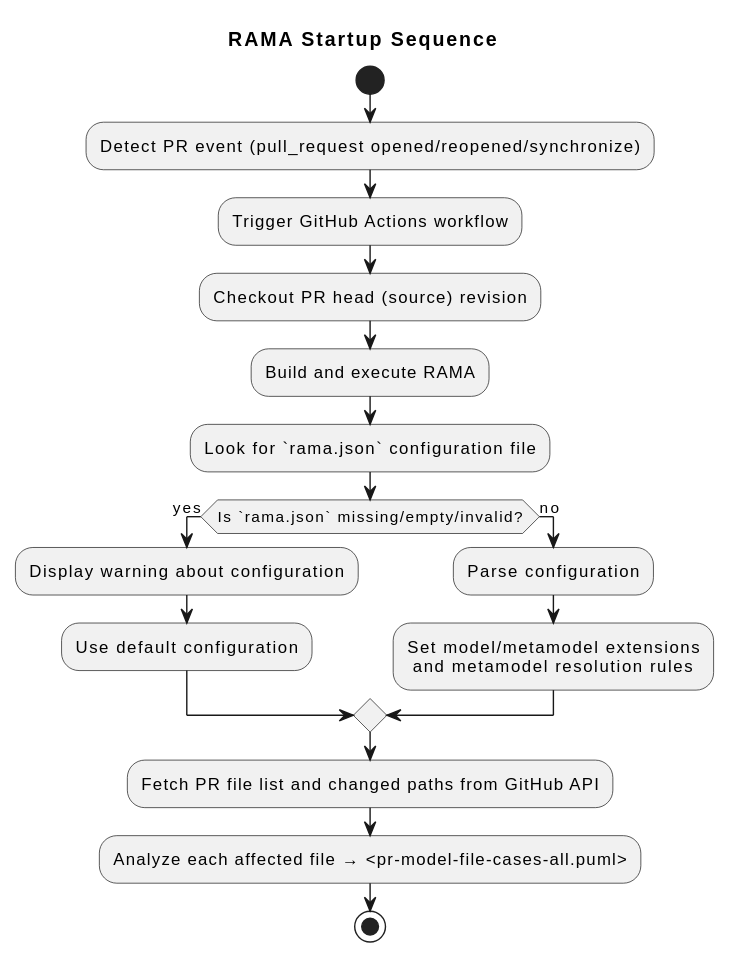
The PlantUML diagram doc/out/startup.svg in sdiaz1208/rama, before a commit. The source it was exported from:
```plantuml
@startuml
title RAMA Startup Sequence

start

:Detect PR event (pull_request opened/reopened/synchronize);
:Trigger GitHub Actions workflow;
:Checkout PR head (source) revision;
:Build and execute RAMA;
:Look for `rama.json` configuration file;

if (Is `rama.json` missing/empty/invalid?) then (yes)
  :Display warning about configuration;
  :Use default configuration;
else (no)
  :Parse configuration;
  :Set model/metamodel extensions
   and metamodel resolution rules;
endif

:Fetch PR file list and changed paths from GitHub API;
:Analyze each affected file → <pr-model-file-cases-all.puml>;

stop
@enduml
```
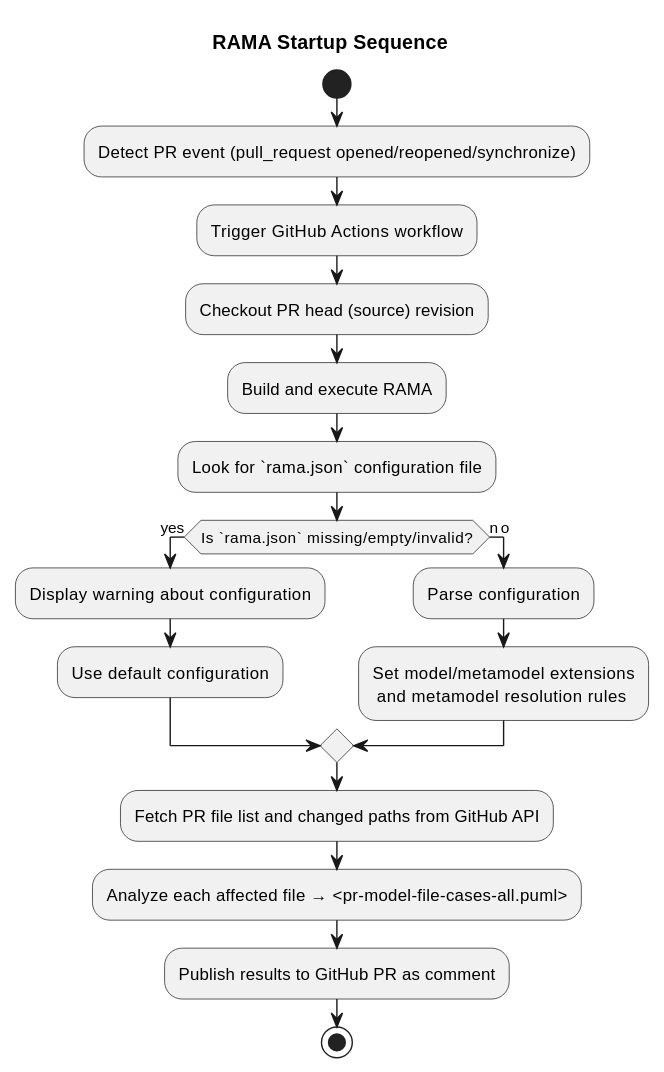
Later version of the same file.

Commit message:
add finishing step to RAMA startup sequence diagram

The edit, as a diff of the source:
```diff
@@ -20,6 +20,7 @@
 
 :Fetch PR file list and changed paths from GitHub API;
 :Analyze each affected file → <pr-model-file-cases-all.puml>;
+:Publish results to GitHub PR as comment;
 
 stop
 @enduml
```
